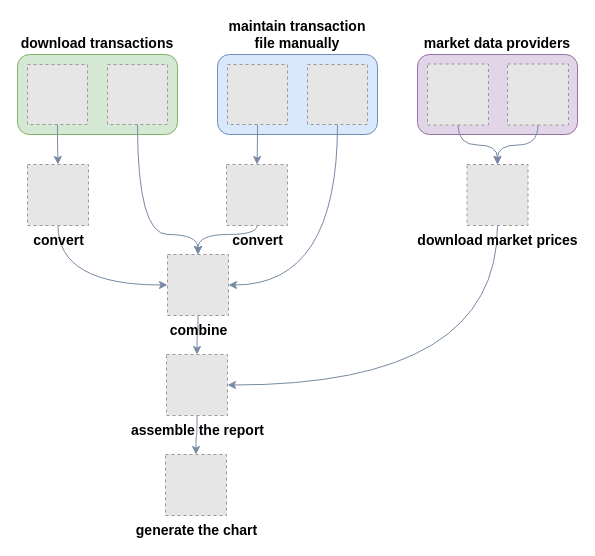
This is docs/diagrams.net/general-workflow.drawio from zappee/portfolio-analyzer, a draw.io file, before an edit. Source tidied: cells renumbered, new cells numbered last; positions are measured from the earlier drawing's top-left corner, leaving out a move shared by most shapes. Both pictures are drawn from the tidied source at 100%, with x=0, y=0 at pixel (17, 54). Pictures stored in the file or linked from it are replaced by grey dashed boxes.
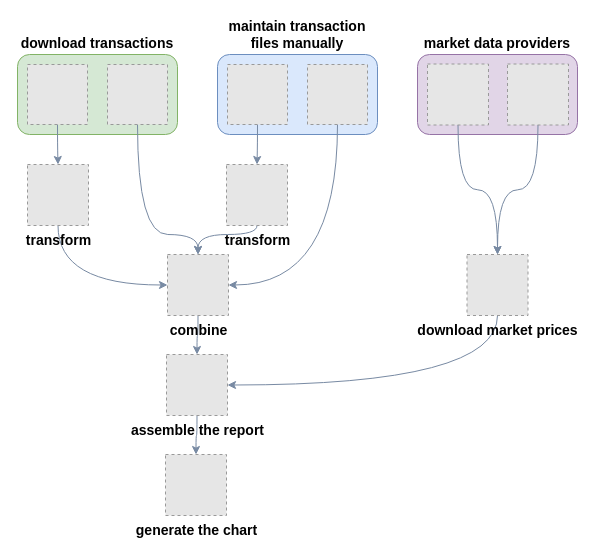
After the change.

The edit, as a diff of the source:
```diff
@@
-    <mxCell id="3" value="maintain transaction&lt;br style=&quot;font-size: 14px;&quot;&gt;file manually" style="rounded=1;whiteSpace=wrap;html=1;fillColor=#dae8fc;strokeColor=#6c8ebf;labelPosition=center;verticalLabelPosition=top;align=center;verticalAlign=bottom;fontStyle=1;fontSize=14;" parent="1" vertex="1">
+    <mxCell id="3" value="maintain transaction&lt;br style=&quot;font-size: 14px;&quot;&gt;files manually" style="rounded=1;whiteSpace=wrap;html=1;fillColor=#dae8fc;strokeColor=#6c8ebf;labelPosition=center;verticalLabelPosition=top;align=center;verticalAlign=bottom;fontStyle=1;fontSize=14;" parent="1" vertex="1">
       <mxGeometry x="200" width="160" height="80" as="geometry" />
     </mxCell>
@@
-    <mxCell id="16" value="convert" style="fillColor=#E6E6E6;strokeColor=#999999;dashed=1;html=1;verticalLabelPosition=bottom;verticalAlign=top;labelPosition=center;align=center;fontStyle=1;fontSize=14;" parent="1" vertex="1">
+    <mxCell id="16" value="transform" style="fillColor=#E6E6E6;strokeColor=#999999;dashed=1;html=1;verticalLabelPosition=bottom;verticalAlign=top;labelPosition=center;align=center;fontStyle=1;fontSize=14;" parent="1" vertex="1">
       <mxGeometry x="10" y="110" width="61" height="61" as="geometry" />
     </mxCell>
@@
-    <mxCell id="18" value="convert" style="fillColor=#E6E6E6;strokeColor=#999999;dashed=1;html=1;verticalLabelPosition=bottom;verticalAlign=top;labelPosition=center;align=center;fontSize=14;fontStyle=1;" parent="1" vertex="1">
+    <mxCell id="18" value="transform" style="fillColor=#E6E6E6;strokeColor=#999999;dashed=1;html=1;verticalLabelPosition=bottom;verticalAlign=top;labelPosition=center;align=center;fontSize=14;fontStyle=1;" parent="1" vertex="1">
       <mxGeometry x="209" y="110" width="61" height="61" as="geometry" />
     </mxCell>
@@
     <mxCell id="22" value="download market prices" style="fillColor=#E6E6E6;strokeColor=#999999;dashed=1;html=1;verticalLabelPosition=bottom;verticalAlign=top;fontSize=14;fontStyle=1;" parent="1" vertex="1">
-      <mxGeometry x="449.5" y="110" width="61" height="61" as="geometry" />
+      <mxGeometry x="449.5" y="200" width="61" height="61" as="geometry" />
     </mxCell>
```
